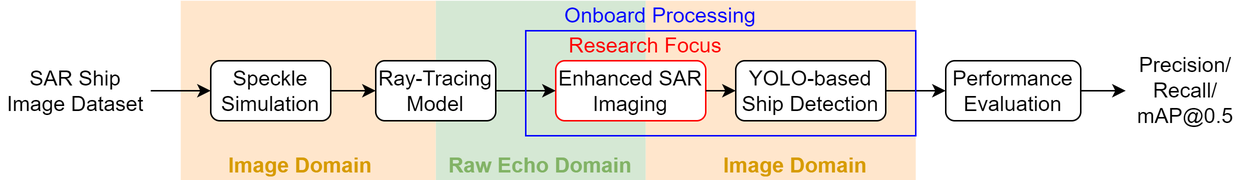
Earlier version of the draw.io export document/group_meeting/2026-08-24/figures/evaluation_framework.png (jentsechen/csa-sar-imaging). Source tidied: cells renumbered, new cells last; positions are measured from the earlier drawing's top-left corner, leaving out a move shared by most shapes.
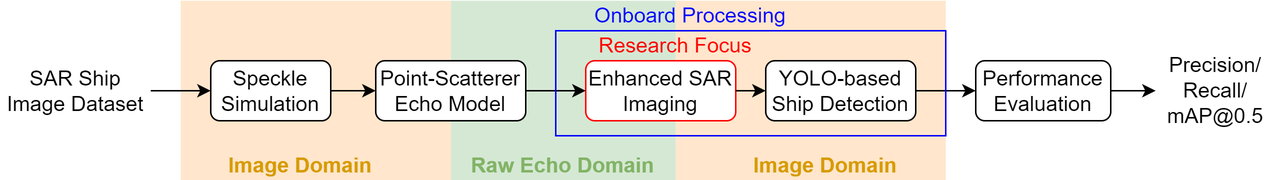
The same file after the commit.

Commit message:
Add point-scatterer echo model

Diff of the diagram source:
```diff
@@ -3,13 +3,13 @@
     <mxCell id="0" />
     <mxCell id="1" parent="0" />
     <mxCell id="2" style="rounded=0;whiteSpace=wrap;html=1;fillColor=#d5e8d4;strokeColor=none;" parent="1" vertex="1">
-      <mxGeometry x="290" width="140" height="120" as="geometry" />
+      <mxGeometry x="280" width="150" height="120" as="geometry" />
     </mxCell>
     <mxCell id="3" style="rounded=0;whiteSpace=wrap;html=1;fillColor=#ffe6cc;strokeColor=none;" parent="1" vertex="1">
       <mxGeometry x="430" width="180" height="120" as="geometry" />
     </mxCell>
     <mxCell id="4" style="rounded=0;whiteSpace=wrap;html=1;fillColor=#ffe6cc;strokeColor=none;" parent="1" vertex="1">
-      <mxGeometry x="120" width="170" height="120" as="geometry" />
+      <mxGeometry x="100" width="180" height="120" as="geometry" />
     </mxCell>
     <mxCell id="5" style="endArrow=classic;html=1;rounded=0;entryX=0;entryY=0.5;entryDx=0;entryDy=0;exitX=1;exitY=0.5;exitDx=0;exitDy=0;" parent="1" edge="1" source="8" target="12">
       <mxGeometry relative="1" as="geometry" />
@@ -17,11 +17,11 @@
     <mxCell id="6" value="&lt;font style=&quot;font-size: 14px;&quot;&gt;Enhanced SAR Imaging&lt;/font&gt;" style="rounded=1;whiteSpace=wrap;html=1;strokeColor=#FF0000;" parent="1" vertex="1">
       <mxGeometry x="370" y="40" width="100" height="40" as="geometry" />
     </mxCell>
-    <mxCell id="7" value="&lt;font style=&quot;font-size: 14px;&quot;&gt;Ray-Tracing Model&lt;/font&gt;" style="rounded=1;whiteSpace=wrap;html=1;" parent="1" vertex="1">
-      <mxGeometry x="250" y="40" width="80" height="40" as="geometry" />
+    <mxCell id="7" value="&lt;font style=&quot;font-size: 14px;&quot;&gt;Point-Scatterer Echo Model&lt;/font&gt;" style="rounded=1;whiteSpace=wrap;html=1;" parent="1" vertex="1">
+      <mxGeometry x="230" y="40" width="100" height="40" as="geometry" />
     </mxCell>
     <mxCell id="8" value="&lt;font style=&quot;font-size: 14px;&quot;&gt;SAR Ship Image Dataset&lt;/font&gt;" style="text;html=1;align=center;verticalAlign=middle;whiteSpace=wrap;rounded=0;" parent="1" vertex="1">
-      <mxGeometry y="40" width="100" height="40" as="geometry" />
+      <mxGeometry x="-20" y="40" width="100" height="40" as="geometry" />
     </mxCell>
     <mxCell id="9" style="endArrow=classic;html=1;rounded=0;exitX=1;exitY=0.5;exitDx=0;exitDy=0;entryX=0;entryY=0.5;entryDx=0;entryDy=0;" parent="1" edge="1" source="7" target="6">
       <mxGeometry relative="1" as="geometry" />
@@ -33,7 +33,7 @@
       <mxGeometry relative="1" as="geometry" />
     </mxCell>
     <mxCell id="12" value="&lt;font style=&quot;font-size: 14px;&quot;&gt;Speckle Simulation&lt;/font&gt;" style="rounded=1;whiteSpace=wrap;html=1;" parent="1" vertex="1">
-      <mxGeometry x="140" y="40" width="80" height="40" as="geometry" />
+      <mxGeometry x="120" y="40" width="80" height="40" as="geometry" />
     </mxCell>
     <mxCell id="13" style="endArrow=classic;html=1;rounded=0;fontColor=#000000;exitX=1;exitY=0.5;exitDx=0;exitDy=0;entryX=0;entryY=0.5;entryDx=0;entryDy=0;" parent="1" edge="1" source="10" target="14">
       <mxGeometry relative="1" as="geometry" />
@@ -57,13 +57,13 @@
       <mxGeometry relative="1" as="geometry" />
     </mxCell>
     <mxCell id="20" value="&lt;font size=&quot;1&quot; color=&quot;#d79b00&quot;&gt;&lt;b style=&quot;font-size: 14px;&quot;&gt;Image Domain&lt;/b&gt;&lt;/font&gt;" style="text;html=1;align=center;verticalAlign=middle;whiteSpace=wrap;rounded=0;" parent="1" vertex="1">
-      <mxGeometry x="140" y="100" width="120" height="20" as="geometry" />
+      <mxGeometry x="120" y="100" width="120" height="20" as="geometry" />
     </mxCell>
     <mxCell id="21" value="&lt;font size=&quot;1&quot; color=&quot;#d79b00&quot;&gt;&lt;b style=&quot;font-size: 14px;&quot;&gt;Image Domain&lt;/b&gt;&lt;/font&gt;" style="text;html=1;align=center;verticalAlign=middle;whiteSpace=wrap;rounded=0;" parent="1" vertex="1">
       <mxGeometry x="470" y="100" width="120" height="20" as="geometry" />
     </mxCell>
     <mxCell id="22" value="&lt;font size=&quot;1&quot; color=&quot;#82b366&quot;&gt;&lt;b style=&quot;font-size: 14px;&quot;&gt;Raw Echo Domain&lt;/b&gt;&lt;/font&gt;" style="text;html=1;align=center;verticalAlign=middle;whiteSpace=wrap;rounded=0;" parent="1" vertex="1">
-      <mxGeometry x="290" y="100" width="140" height="20" as="geometry" />
+      <mxGeometry x="290" y="100" width="130" height="20" as="geometry" />
     </mxCell>
     <mxCell id="23" style="rounded=0;whiteSpace=wrap;html=1;fillColor=none;strokeColor=#0000FF;strokeWidth=1;" parent="1" vertex="1">
       <mxGeometry x="350" y="20" width="260" height="70" as="geometry" />
```
